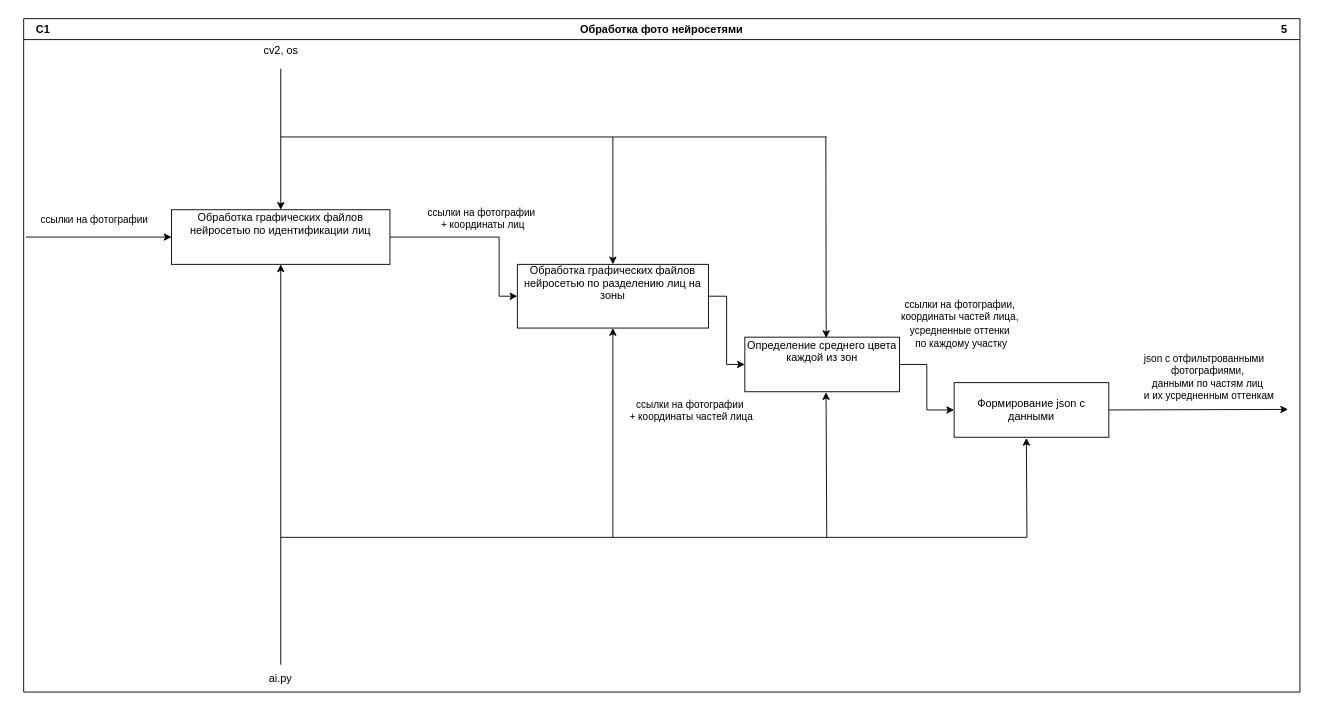
Earlier version of the draw.io diagram page "Обработка фото нейросетями (С1)" (6 of 9) of documentation/Диаграмма без названия.drawio (DashaTkach/Project). Source tidied: cells renumbered, new cells numbered last; positions are measured from the earlier drawing's top-left corner, leaving out a move shared by most shapes. Both pictures are drawn from the tidied source at 91%, with x=0, y=0 at pixel (15, 15).
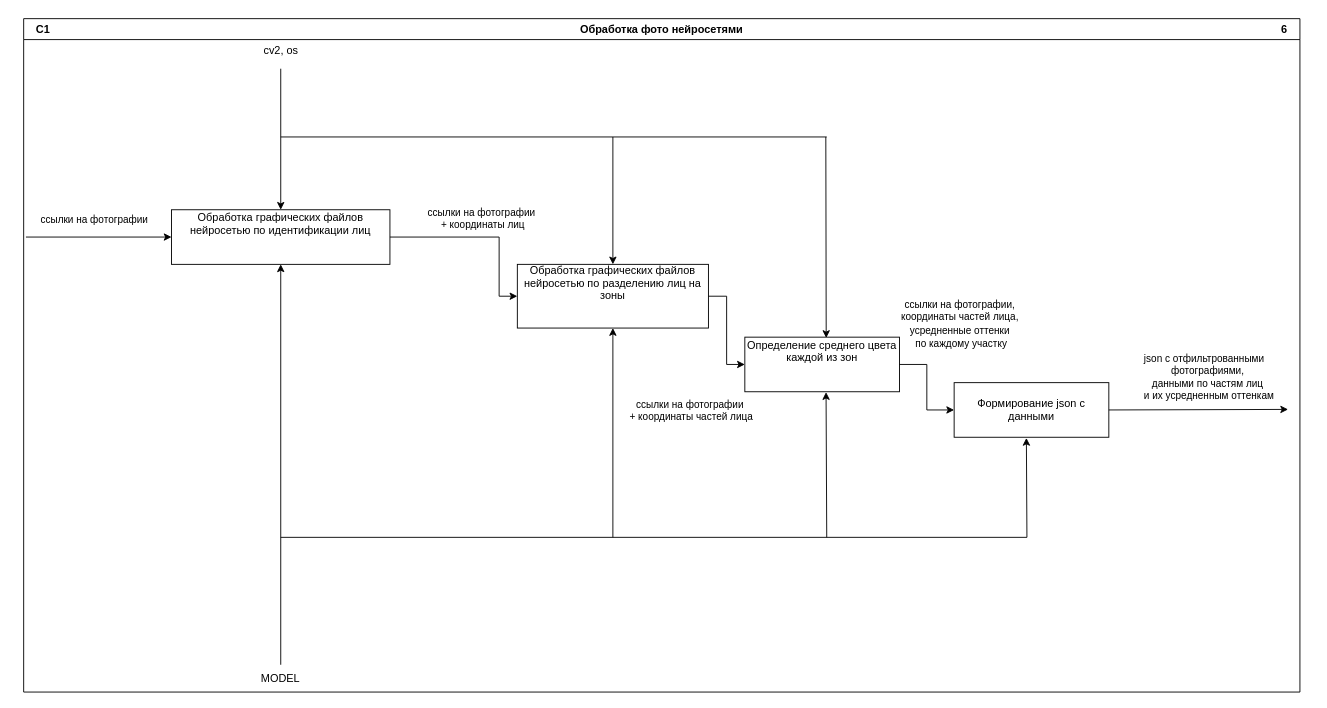
After the change.

Unchanged cells that the change refers to:
```xml
<mxCell id="27" value="Обработка фото нейросетями" style="swimlane;" parent="1" vertex="1">
  <mxGeometry x="8.5" y="3" width="1402.5" height="740" as="geometry" />
</mxCell>
```

What changed in the source:
```diff
@@
-    <mxCell id="10" value="ai.py" style="text;html=1;align=center;verticalAlign=middle;whiteSpace=wrap;rounded=0;" parent="1" vertex="1">
+    <mxCell id="10" value="MODEL" style="text;html=1;align=center;verticalAlign=middle;whiteSpace=wrap;rounded=0;" parent="1" vertex="1">
       <mxGeometry x="261" y="713" width="60" height="30" as="geometry" />
     </mxCell>
@@
-    <mxCell id="29" value="&lt;b&gt;5&lt;/b&gt;" style="text;html=1;align=center;verticalAlign=middle;whiteSpace=wrap;rounded=0;" parent="27" vertex="1">
+    <mxCell id="29" value="&lt;b&gt;6&lt;/b&gt;" style="text;html=1;align=center;verticalAlign=middle;whiteSpace=wrap;rounded=0;" parent="27" vertex="1">
       <mxGeometry x="1355.5" y="-3" width="60" height="30" as="geometry" />
     </mxCell>
```
